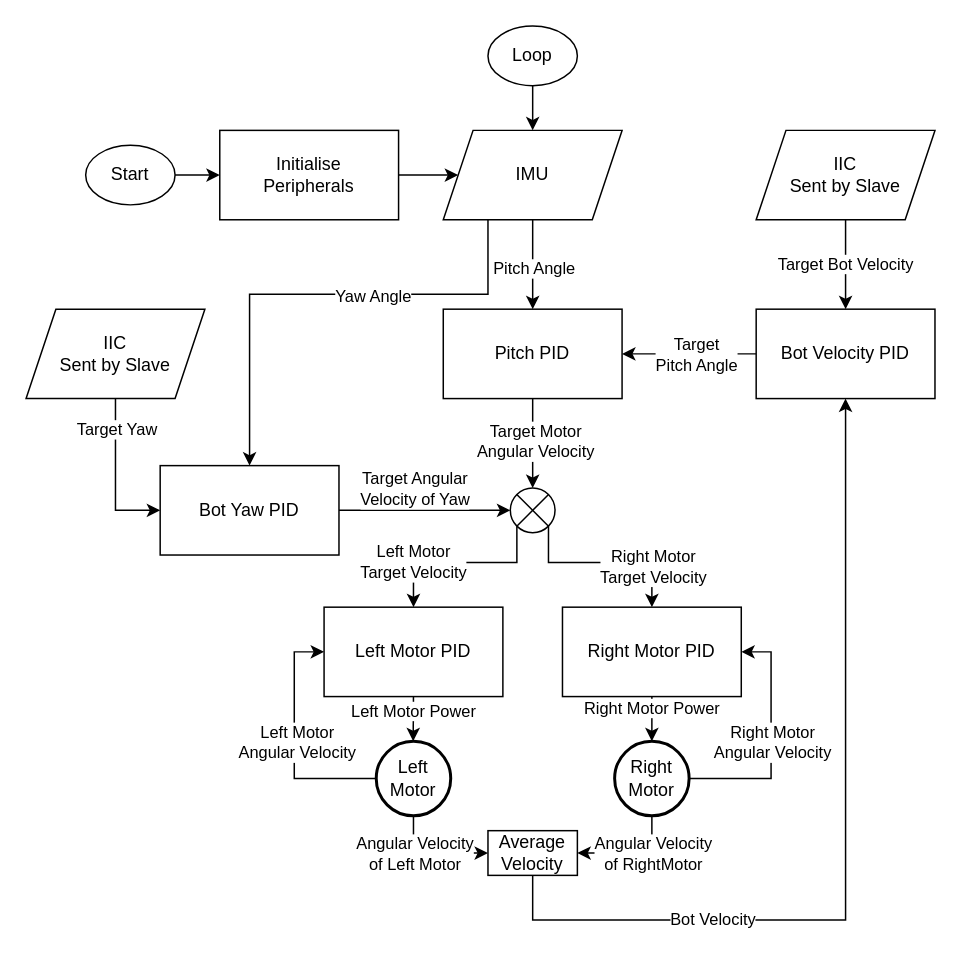
bryanli-ucl/AIPS keeps this draw.io diagram as docs/AIPS_Workflow.drawio. Above is the earlier version. Source tidied: cells renumbered, new cells numbered last; positions are measured from the earlier drawing's top-left corner, leaving out a move shared by most shapes. Both pictures are drawn from the tidied source at 149%, with x=0, y=0 at pixel (25, 25).
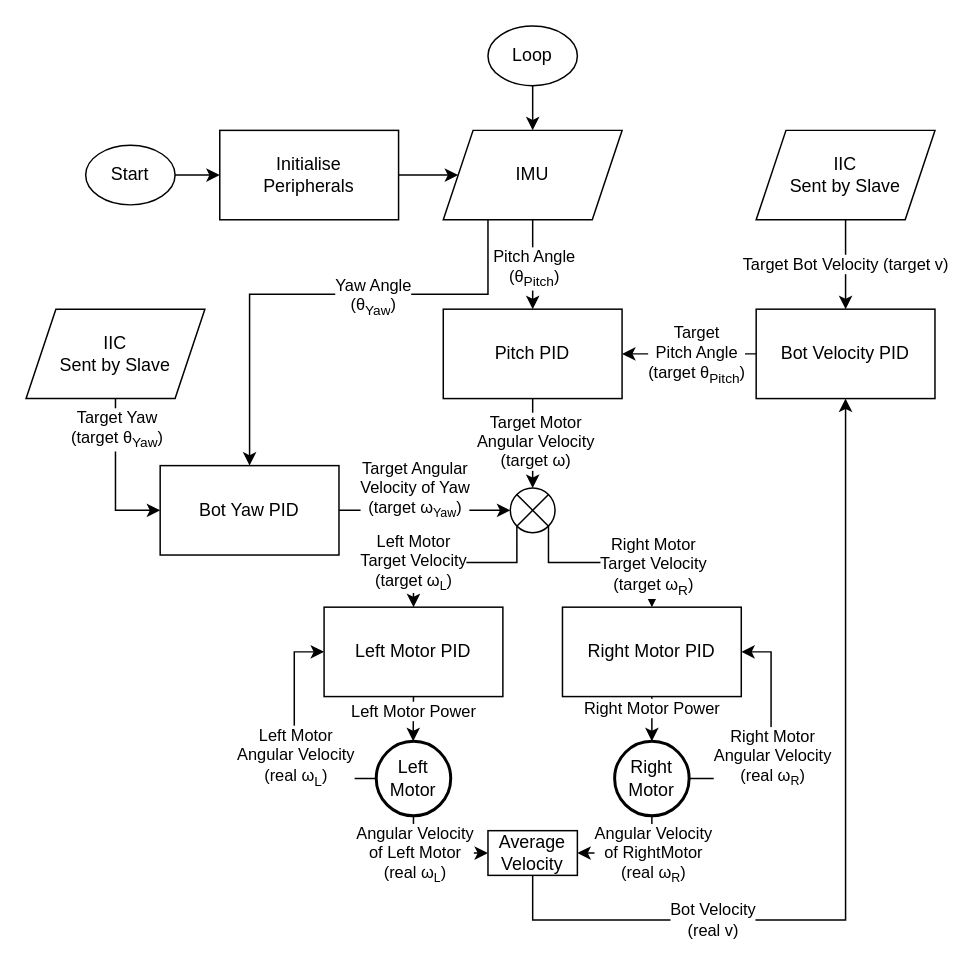
After the change.

Unchanged cells that the change refers to:
```xml
<mxCell id="2" style="edgeStyle=orthogonalEdgeStyle;rounded=0;jettySize=auto;html=1;exitX=0.5;exitY=1;exitDx=0;exitDy=0;entryX=0.5;entryY=0;entryDx=0;entryDy=0;" parent="1" edge="1" source="4" target="18">
  <mxGeometry relative="1" as="geometry" />
</mxCell>
<mxCell id="5" style="edgeStyle=orthogonalEdgeStyle;rounded=0;jettySize=auto;html=1;" parent="1" edge="1" source="30" target="4">
  <mxGeometry relative="1" as="geometry" />
</mxCell>
<mxCell id="7" style="edgeStyle=orthogonalEdgeStyle;rounded=0;jettySize=auto;html=1;exitX=0.25;exitY=1;exitDx=0;exitDy=0;entryX=0.5;entryY=0;entryDx=0;entryDy=0;" parent="1" edge="1" source="30" target="25">
  <mxGeometry relative="1" as="geometry">
    <Array as="points">
      <mxPoint x="310" y="180" />
      <mxPoint x="150" y="180" />
    </Array>
  </mxGeometry>
</mxCell>
<mxCell id="9" style="edgeStyle=orthogonalEdgeStyle;rounded=0;jettySize=auto;html=1;entryX=1;entryY=0.5;entryDx=0;entryDy=0;" parent="1" edge="1" source="11" target="4">
  <mxGeometry relative="1" as="geometry" />
</mxCell>
<mxCell id="12" style="edgeStyle=orthogonalEdgeStyle;rounded=0;jettySize=auto;html=1;exitX=0.5;exitY=1;exitDx=0;exitDy=0;entryX=0.5;entryY=0;entryDx=0;entryDy=0;" parent="1" edge="1" source="14" target="11">
  <mxGeometry relative="1" as="geometry" />
</mxCell>
<mxCell id="15" style="edgeStyle=orthogonalEdgeStyle;rounded=0;jettySize=auto;html=1;exitX=0;exitY=1;exitDx=0;exitDy=0;entryX=0.5;entryY=0;entryDx=0;entryDy=0;" parent="1" edge="1" source="18" target="19">
  <mxGeometry relative="1" as="geometry">
    <Array as="points">
      <mxPoint x="329" y="360" />
      <mxPoint x="260" y="360" />
    </Array>
  </mxGeometry>
</mxCell>
<mxCell id="23" style="edgeStyle=orthogonalEdgeStyle;rounded=0;jettySize=auto;html=1;exitX=1;exitY=0.5;exitDx=0;exitDy=0;entryX=0;entryY=0.5;entryDx=0;entryDy=0;" parent="1" edge="1" source="25" target="18">
  <mxGeometry relative="1" as="geometry" />
</mxCell>
<mxCell id="26" style="edgeStyle=orthogonalEdgeStyle;rounded=0;jettySize=auto;html=1;exitX=0.5;exitY=1;exitDx=0;exitDy=0;entryX=0;entryY=0.5;entryDx=0;entryDy=0;" parent="1" edge="1" source="28" target="25">
  <mxGeometry relative="1" as="geometry" />
</mxCell>
<mxCell id="37" style="edgeStyle=orthogonalEdgeStyle;rounded=0;jettySize=auto;html=1;exitX=0;exitY=0.5;exitDx=0;exitDy=0;exitPerimeter=0;entryX=0;entryY=0.5;entryDx=0;entryDy=0;" parent="1" edge="1" source="41" target="19">
  <mxGeometry relative="1" as="geometry" />
</mxCell>
<mxCell id="39" style="edgeStyle=orthogonalEdgeStyle;rounded=0;jettySize=auto;html=1;entryX=0;entryY=0.5;entryDx=0;entryDy=0;" parent="1" edge="1" source="41" target="50">
  <mxGeometry relative="1" as="geometry">
    <Array as="points">
      <mxPoint x="260" y="555" />
    </Array>
  </mxGeometry>
</mxCell>
<mxCell id="42" style="edgeStyle=orthogonalEdgeStyle;rounded=0;jettySize=auto;html=1;exitX=1;exitY=0.5;exitDx=0;exitDy=0;exitPerimeter=0;entryX=1;entryY=0.5;entryDx=0;entryDy=0;" parent="1" edge="1" source="45" target="22">
  <mxGeometry relative="1" as="geometry">
    <Array as="points">
      <mxPoint x="500" y="505" />
      <mxPoint x="500" y="420" />
    </Array>
  </mxGeometry>
</mxCell>
<mxCell id="48" style="edgeStyle=orthogonalEdgeStyle;rounded=0;jettySize=auto;html=1;entryX=0.5;entryY=1;entryDx=0;entryDy=0;" parent="1" edge="1" source="50" target="11">
  <mxGeometry relative="1" as="geometry">
    <Array as="points">
      <mxPoint x="340" y="600" />
      <mxPoint x="550" y="600" />
      <mxPoint x="550" y="250" />
    </Array>
  </mxGeometry>
</mxCell>
```

Change to the diagram source:
```diff
@@
-    <mxCell id="3" value="Target Motor&lt;div&gt;Angular Velocity&lt;/div&gt;" style="edgeLabel;html=1;align=center;verticalAlign=middle;" parent="2" vertex="1">
+    <mxCell id="3" value="Target Motor&lt;div&gt;Angular Velocity&lt;/div&gt;&lt;div&gt;(target&amp;nbsp;&lt;span style=&quot;background-color: light-dark(#ffffff, var(--ge-dark-color, #121212)); color: light-dark(rgb(0, 0, 0), rgb(255, 255, 255));&quot;&gt;ω)&lt;/span&gt;&lt;/div&gt;" style="edgeLabel;html=1;align=center;verticalAlign=middle;" parent="2" vertex="1">
       <mxGeometry x="-0.07" y="1" relative="1" as="geometry" />
     </mxCell>
@@
-    <mxCell id="6" value="Pitch Angle" style="edgeLabel;html=1;align=center;verticalAlign=middle;" parent="5" vertex="1">
+    <mxCell id="6" value="Pitch Angle&lt;div&gt;(θ&lt;sub&gt;Pitch&lt;/sub&gt;&lt;span style=&quot;color: light-dark(rgb(0, 0, 0), rgb(255, 255, 255));&quot;&gt;)&lt;/span&gt;&lt;/div&gt;" style="edgeLabel;html=1;align=center;verticalAlign=middle;" parent="5" vertex="1">
       <mxGeometry x="0.05" relative="1" as="geometry" />
     </mxCell>
@@
-    <mxCell id="8" value="Yaw Angle" style="edgeLabel;html=1;align=center;verticalAlign=middle;" parent="7" vertex="1">
+    <mxCell id="8" value="Yaw Angle&lt;div&gt;(θ&lt;sub&gt;Yaw&lt;/sub&gt;&lt;span style=&quot;background-color: light-dark(#ffffff, var(--ge-dark-color, #121212)); color: light-dark(rgb(0, 0, 0), rgb(255, 255, 255));&quot;&gt;)&lt;/span&gt;&lt;/div&gt;" style="edgeLabel;html=1;align=center;verticalAlign=middle;" parent="7" vertex="1">
       <mxGeometry x="-0.29" y="1" relative="1" as="geometry">
         <mxPoint x="-13" as="offset" />
       </mxGeometry>
     </mxCell>
@@
-    <mxCell id="10" value="Target&lt;div&gt;Pitch Angle&lt;/div&gt;" style="edgeLabel;html=1;align=center;verticalAlign=middle;" parent="9" vertex="1">
+    <mxCell id="10" value="Target&lt;div&gt;Pitch Angle&lt;/div&gt;&lt;div&gt;(target&amp;nbsp;&lt;span style=&quot;background-color: light-dark(#ffffff, var(--ge-dark-color, #121212)); color: light-dark(rgb(0, 0, 0), rgb(255, 255, 255));&quot;&gt;θ&lt;/span&gt;&lt;sub style=&quot;color: light-dark(rgb(0, 0, 0), rgb(255, 255, 255));&quot;&gt;Pitch&lt;/sub&gt;&lt;span style=&quot;color: light-dark(rgb(0, 0, 0), rgb(255, 255, 255));&quot;&gt;)&lt;/span&gt;&lt;/div&gt;" style="edgeLabel;html=1;align=center;verticalAlign=middle;" parent="9" vertex="1">
       <mxGeometry x="-0.03" relative="1" as="geometry">
         <mxPoint x="3" as="offset" />
       </mxGeometry>
     </mxCell>
@@
-    <mxCell id="13" value="Target Bot Velocity" style="edgeLabel;html=1;align=center;verticalAlign=middle;" parent="12" vertex="1">
+    <mxCell id="13" value="Target Bot Velocity (target v)" style="edgeLabel;html=1;align=center;verticalAlign=middle;" parent="12" vertex="1">
       <mxGeometry x="-0.03" y="-1" relative="1" as="geometry" />
     </mxCell>
@@
-    <mxCell id="16" value="Left Motor&lt;div&gt;Target Velocity&lt;/div&gt;" style="edgeLabel;html=1;align=center;verticalAlign=middle;" parent="15" vertex="1">
+    <mxCell id="16" value="Left Motor&lt;div&gt;Target Velocity&lt;/div&gt;&lt;div&gt;(target ω&lt;font size=&quot;1&quot;&gt;&lt;sub&gt;L&lt;/sub&gt;&lt;/font&gt;)&lt;/div&gt;" style="edgeLabel;html=1;align=center;verticalAlign=middle;" parent="15" vertex="1">
       <mxGeometry x="0.13" y="-1" relative="1" as="geometry">
         <mxPoint x="-24" as="offset" />
       </mxGeometry>
     </mxCell>
@@
-    <mxCell id="24" value="Target Angular&lt;div&gt;Velocity of Yaw&lt;/div&gt;" style="edgeLabel;html=1;align=center;verticalAlign=middle;" parent="23" vertex="1">
+    <mxCell id="24" value="Target Angular&lt;div&gt;Velocity of Yaw&lt;/div&gt;&lt;div&gt;(target ω&lt;font size=&quot;1&quot;&gt;&lt;sub&gt;Yaw&lt;/sub&gt;&lt;/font&gt;)&lt;/div&gt;" style="edgeLabel;html=1;align=center;verticalAlign=middle;" parent="23" vertex="1">
       <mxGeometry x="-0.03" relative="1" as="geometry">
         <mxPoint x="-6" y="-15" as="offset" />
       </mxGeometry>
     </mxCell>
@@
-    <mxCell id="27" value="Target Yaw" style="edgeLabel;html=1;align=center;verticalAlign=middle;" parent="26" vertex="1">
+    <mxCell id="27" value="Target Yaw&lt;div&gt;(target&amp;nbsp;&lt;span style=&quot;background-color: light-dark(#ffffff, var(--ge-dark-color, #121212)); color: light-dark(rgb(0, 0, 0), rgb(255, 255, 255));&quot;&gt;θ&lt;/span&gt;&lt;sub style=&quot;color: light-dark(rgb(0, 0, 0), rgb(255, 255, 255));&quot;&gt;Yaw&lt;/sub&gt;&lt;span style=&quot;background-color: light-dark(#ffffff, var(--ge-dark-color, #121212)); color: light-dark(rgb(0, 0, 0), rgb(255, 255, 255));&quot;&gt;)&lt;/span&gt;&lt;/div&gt;" style="edgeLabel;html=1;align=center;verticalAlign=middle;" parent="26" vertex="1">
       <mxGeometry x="-0.17" y="-2" relative="1" as="geometry">
         <mxPoint x="2" y="-24" as="offset" />
       </mxGeometry>
     </mxCell>
@@
-    <mxCell id="29" value="Right Motor&lt;div&gt;Target Velocity&lt;/div&gt;" style="edgeLabel;html=1;align=center;verticalAlign=middle;" parent="1" vertex="1">
+    <mxCell id="29" value="Right Motor&lt;div&gt;Target Velocity&lt;/div&gt;&lt;div&gt;(target ω&lt;sub&gt;R&lt;/sub&gt;)&lt;/div&gt;" style="edgeLabel;html=1;align=center;verticalAlign=middle;" parent="1" vertex="1">
       <mxGeometry x="370" y="360" as="geometry">
         <mxPoint x="50" y="2" as="offset" />
       </mxGeometry>
     </mxCell>
@@
-    <mxCell id="38" value="Left Motor&lt;div&gt;Angular Velocity&lt;/div&gt;" style="edgeLabel;html=1;align=center;verticalAlign=middle;" parent="37" vertex="1">
+    <mxCell id="38" value="Left Motor&lt;div&gt;Angular Velocity&lt;/div&gt;&lt;div&gt;(real&amp;nbsp;ω&lt;sub&gt;L&lt;/sub&gt;)&lt;/div&gt;" style="edgeLabel;html=1;align=center;verticalAlign=middle;" parent="37" vertex="1">
       <mxGeometry x="0.3" y="-1" relative="1" as="geometry">
-        <mxPoint y="24" as="offset" />
+        <mxPoint x="-1" y="34" as="offset" />
       </mxGeometry>
     </mxCell>
@@
-    <mxCell id="40" value="Angular Velocity&lt;div&gt;of Left Motor&lt;/div&gt;" style="edgeLabel;html=1;align=center;verticalAlign=middle;" parent="39" vertex="1">
+    <mxCell id="40" value="Angular Velocity&lt;div&gt;of Left Motor&lt;/div&gt;&lt;div&gt;(real ω&lt;font size=&quot;1&quot;&gt;&lt;sub&gt;L&lt;/sub&gt;&lt;/font&gt;)&lt;/div&gt;" style="edgeLabel;html=1;align=center;verticalAlign=middle;" parent="39" vertex="1">
       <mxGeometry x="0.13" relative="1" as="geometry">
         <mxPoint x="-17" as="offset" />
       </mxGeometry>
     </mxCell>
@@
-    <mxCell id="43" value="Right Motor&lt;div&gt;Angular Velocity&lt;/div&gt;" style="edgeLabel;html=1;align=center;verticalAlign=middle;" parent="42" vertex="1">
+    <mxCell id="43" value="Right Motor&lt;div&gt;Angular Velocity&lt;/div&gt;&lt;div&gt;(real ω&lt;font size=&quot;1&quot;&gt;&lt;sub&gt;R&lt;/sub&gt;&lt;/font&gt;)&lt;/div&gt;" style="edgeLabel;html=1;align=center;verticalAlign=middle;" parent="42" vertex="1">
       <mxGeometry x="0.36" relative="1" as="geometry">
-        <mxPoint y="29" as="offset" />
+        <mxPoint y="39" as="offset" />
       </mxGeometry>
     </mxCell>
@@
-    <mxCell id="49" value="Bot Velocity" style="edgeLabel;html=1;align=center;verticalAlign=middle;" parent="48" vertex="1">
+    <mxCell id="49" value="Bot Velocity&lt;div&gt;(real v)&lt;/div&gt;" style="edgeLabel;html=1;align=center;verticalAlign=middle;" parent="48" vertex="1">
       <mxGeometry x="-0.96" y="-1" relative="1" as="geometry">
         <mxPoint x="121" y="17" as="offset" />
       </mxGeometry>
     </mxCell>
@@
-    <mxCell id="51" value="Angular Velocity&lt;div&gt;of RightMotor&lt;/div&gt;" style="edgeLabel;html=1;align=center;verticalAlign=middle;" parent="1" vertex="1">
+    <mxCell id="51" value="Angular Velocity&lt;div&gt;of RightMotor&lt;/div&gt;&lt;div&gt;(real ω&lt;font size=&quot;1&quot;&gt;&lt;sub&gt;R&lt;/sub&gt;&lt;/font&gt;)&lt;/div&gt;" style="edgeLabel;html=1;align=center;verticalAlign=middle;" parent="1" vertex="1">
       <mxGeometry x="420" y="555" as="geometry" />
     </mxCell>
```
